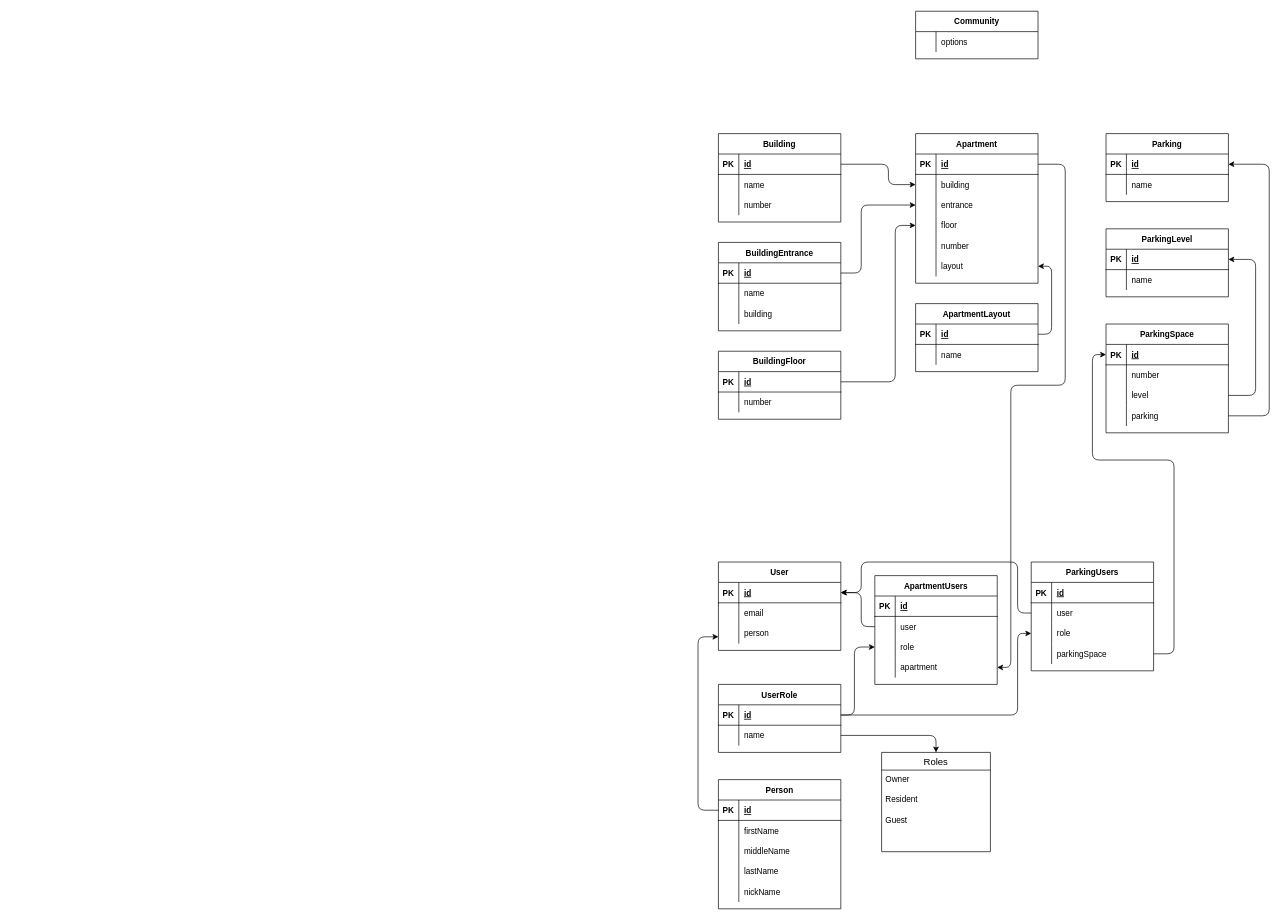
The draw.io diagram docs/model.drawio in sr2-community/api, before the edit. Source tidied: cells renumbered, new cells numbered last; positions are measured from the earlier drawing's top-left corner, leaving out a move shared by most shapes. Both pictures are drawn from the tidied source at 68%, with x=0, y=0 at pixel (698, 11).
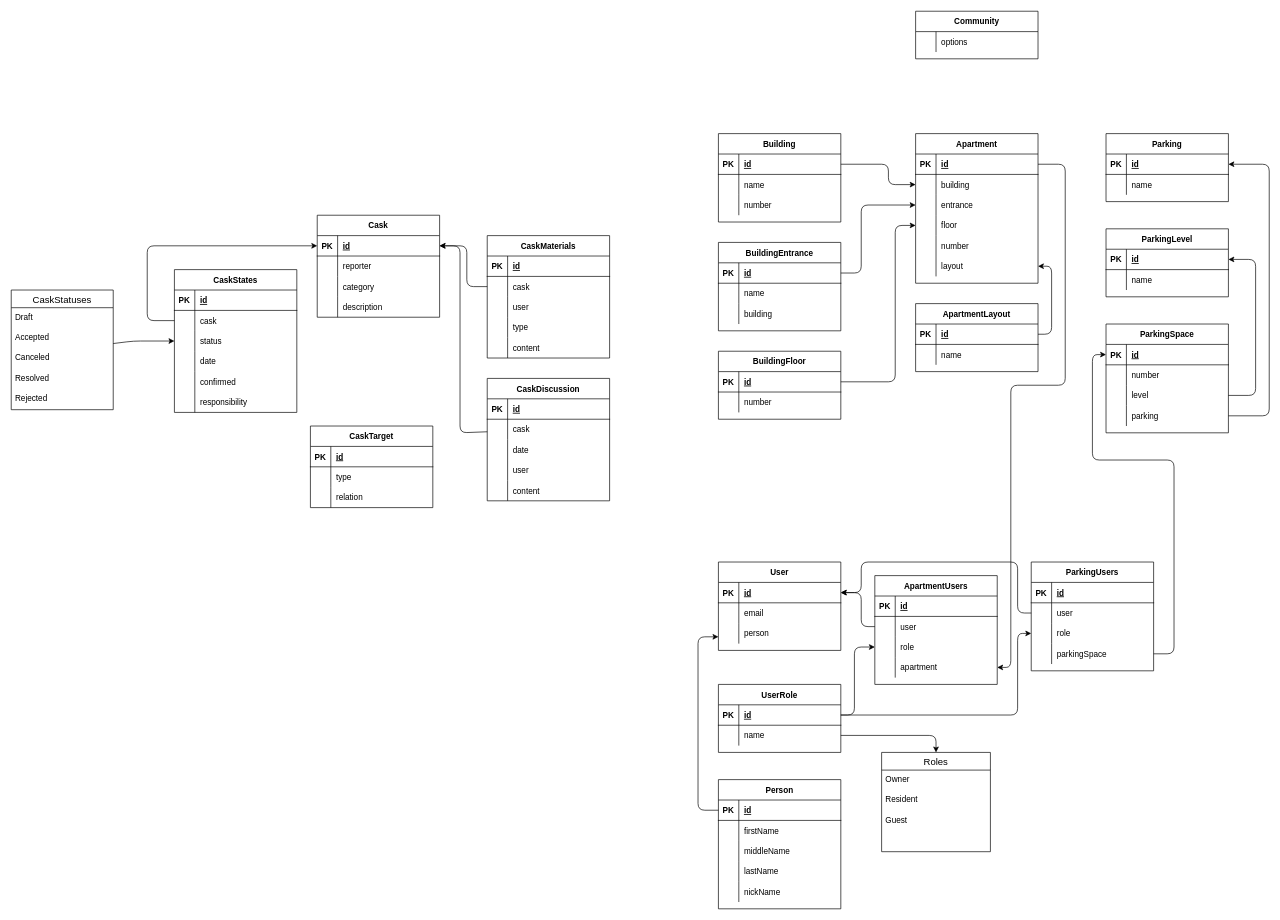
The same diagram, later.

What changed in the source:
```diff
@@
+    <mxCell id="164" value="Cask" style="shape=table;startSize=30;childLayout=tableLayout;rowLines=0;fontStyle=1;align=center;" parent="1" vertex="1">
+      <mxGeometry x="-560" y="300" width="180" height="150" as="geometry" />
+    </mxCell>
+    <mxCell id="165" style="shape=partialRectangle;fillColor=none;top=0;left=0;bottom=1;right=0;points=[[0,0.5],[1,0.5]];portConstraint=eastwest;" parent="164" vertex="1">
+      <mxGeometry y="30" width="180" height="30" as="geometry" />
+    </mxCell>
+    <mxCell id="166" value="PK" style="shape=partialRectangle;fillColor=none;top=0;left=0;bottom=0;right=0;fontStyle=1;overflow=hidden;" parent="165" vertex="1">
+      <mxGeometry width="30" height="30" as="geometry" />
+    </mxCell>
+    <mxCell id="167" value="id" style="shape=partialRectangle;fillColor=none;top=0;left=0;bottom=0;right=0;align=left;spacingLeft=6;fontStyle=5;overflow=hidden;" parent="165" vertex="1">
+      <mxGeometry x="30" width="150" height="30" as="geometry" />
+    </mxCell>
+    <mxCell id="168" style="shape=partialRectangle;fillColor=none;top=0;left=0;bottom=0;right=0;" parent="164" vertex="1">
+      <mxGeometry y="60" width="180" height="30" as="geometry" />
+    </mxCell>
+    <mxCell id="169" style="shape=partialRectangle;fillColor=none;top=0;left=0;bottom=0;right=0;overflow=hidden;" parent="168" vertex="1">
+      <mxGeometry width="30" height="30" as="geometry" />
+    </mxCell>
+    <mxCell id="170" value="reporter" style="shape=partialRectangle;fillColor=none;top=0;left=0;bottom=0;right=0;align=left;spacingLeft=6;overflow=hidden;" parent="168" vertex="1">
+      <mxGeometry x="30" width="150" height="30" as="geometry" />
+    </mxCell>
+    <mxCell id="171" style="shape=partialRectangle;fillColor=none;top=0;left=0;bottom=0;right=0;" parent="164" vertex="1">
+      <mxGeometry y="90" width="180" height="30" as="geometry" />
+    </mxCell>
+    <mxCell id="172" style="shape=partialRectangle;fillColor=none;top=0;left=0;bottom=0;right=0;overflow=hidden;" parent="171" vertex="1">
+      <mxGeometry width="30" height="30" as="geometry" />
+    </mxCell>
+    <mxCell id="173" value="category" style="shape=partialRectangle;fillColor=none;top=0;left=0;bottom=0;right=0;align=left;spacingLeft=6;overflow=hidden;" parent="171" vertex="1">
+      <mxGeometry x="30" width="150" height="30" as="geometry" />
+    </mxCell>
+    <mxCell id="174" style="shape=partialRectangle;fillColor=none;top=0;left=0;bottom=0;right=0;" parent="164" vertex="1">
+      <mxGeometry y="120" width="180" height="30" as="geometry" />
+    </mxCell>
+    <mxCell id="175" style="shape=partialRectangle;fillColor=none;top=0;left=0;bottom=0;right=0;overflow=hidden;" parent="174" vertex="1">
+      <mxGeometry width="30" height="30" as="geometry" />
+    </mxCell>
+    <mxCell id="176" value="description" style="shape=partialRectangle;fillColor=none;top=0;left=0;bottom=0;right=0;align=left;spacingLeft=6;overflow=hidden;" parent="174" vertex="1">
+      <mxGeometry x="30" width="150" height="30" as="geometry" />
+    </mxCell>
+    <mxCell id="177" value="CaskMaterials" style="shape=table;startSize=30;childLayout=tableLayout;rowLines=0;fontStyle=1;align=center;" parent="1" vertex="1">
+      <mxGeometry x="-310" y="330" width="180" height="180" as="geometry" />
+    </mxCell>
+    <mxCell id="178" style="shape=partialRectangle;fillColor=none;top=0;left=0;bottom=1;right=0;" parent="177" vertex="1">
+      <mxGeometry y="30" width="180" height="30" as="geometry" />
+    </mxCell>
+    <mxCell id="179" value="PK" style="shape=partialRectangle;fillColor=none;top=0;left=0;bottom=0;right=0;fontStyle=1;overflow=hidden;" parent="178" vertex="1">
+      <mxGeometry width="30" height="30" as="geometry" />
+    </mxCell>
+    <mxCell id="180" value="id" style="shape=partialRectangle;fillColor=none;top=0;left=0;bottom=0;right=0;align=left;spacingLeft=6;fontStyle=5;overflow=hidden;" parent="178" vertex="1">
+      <mxGeometry x="30" width="150" height="30" as="geometry" />
+    </mxCell>
+    <mxCell id="181" style="shape=partialRectangle;fillColor=none;top=0;left=0;bottom=0;right=0;points=[[0,0.5],[1,0.5]];portConstraint=eastwest;" parent="177" vertex="1">
+      <mxGeometry y="60" width="180" height="30" as="geometry" />
+    </mxCell>
+    <mxCell id="182" style="shape=partialRectangle;fillColor=none;top=0;left=0;bottom=0;right=0;overflow=hidden;" parent="181" vertex="1">
+      <mxGeometry width="30" height="30" as="geometry" />
+    </mxCell>
+    <mxCell id="183" value="cask" style="shape=partialRectangle;fillColor=none;top=0;left=0;bottom=0;right=0;align=left;spacingLeft=6;overflow=hidden;" parent="181" vertex="1">
+      <mxGeometry x="30" width="150" height="30" as="geometry" />
+    </mxCell>
+    <mxCell id="184" style="shape=partialRectangle;fillColor=none;top=0;left=0;bottom=0;right=0;" parent="177" vertex="1">
+      <mxGeometry y="90" width="180" height="30" as="geometry" />
+    </mxCell>
+    <mxCell id="185" style="shape=partialRectangle;fillColor=none;top=0;left=0;bottom=0;right=0;overflow=hidden;" parent="184" vertex="1">
+      <mxGeometry width="30" height="30" as="geometry" />
+    </mxCell>
+    <mxCell id="186" value="user" style="shape=partialRectangle;fillColor=none;top=0;left=0;bottom=0;right=0;align=left;spacingLeft=6;overflow=hidden;" parent="184" vertex="1">
+      <mxGeometry x="30" width="150" height="30" as="geometry" />
+    </mxCell>
+    <mxCell id="187" style="shape=partialRectangle;fillColor=none;top=0;left=0;bottom=0;right=0;" parent="177" vertex="1">
+      <mxGeometry y="120" width="180" height="30" as="geometry" />
+    </mxCell>
+    <mxCell id="188" style="shape=partialRectangle;fillColor=none;top=0;left=0;bottom=0;right=0;overflow=hidden;" parent="187" vertex="1">
+      <mxGeometry width="30" height="30" as="geometry" />
+    </mxCell>
+    <mxCell id="189" value="type" style="shape=partialRectangle;fillColor=none;top=0;left=0;bottom=0;right=0;align=left;spacingLeft=6;overflow=hidden;" parent="187" vertex="1">
+      <mxGeometry x="30" width="150" height="30" as="geometry" />
+    </mxCell>
+    <mxCell id="190" style="shape=partialRectangle;fillColor=none;top=0;left=0;bottom=0;right=0;" parent="177" vertex="1">
+      <mxGeometry y="150" width="180" height="30" as="geometry" />
+    </mxCell>
+    <mxCell id="191" style="shape=partialRectangle;fillColor=none;top=0;left=0;bottom=0;right=0;overflow=hidden;" parent="190" vertex="1">
+      <mxGeometry width="30" height="30" as="geometry" />
+    </mxCell>
+    <mxCell id="192" value="content" style="shape=partialRectangle;fillColor=none;top=0;left=0;bottom=0;right=0;align=left;spacingLeft=6;overflow=hidden;" parent="190" vertex="1">
+      <mxGeometry x="30" width="150" height="30" as="geometry" />
+    </mxCell>
+    <mxCell id="193" style="edgeStyle=none;html=1;entryX=1;entryY=0.5;entryDx=0;entryDy=0;exitX=0;exitY=0.5;exitDx=0;exitDy=0;" parent="1" edge="1" source="181" target="165">
+      <mxGeometry relative="1" as="geometry">
+        <Array as="points">
+          <mxPoint x="-340" y="405" />
+          <mxPoint x="-340" y="345" />
+        </Array>
+      </mxGeometry>
+    </mxCell>
+    <mxCell id="194" style="edgeStyle=none;html=1;entryX=0;entryY=0.5;entryDx=0;entryDy=0;" parent="1" edge="1" source="195" target="208">
+      <mxGeometry relative="1" as="geometry">
+        <Array as="points">
+          <mxPoint x="-830" y="485" />
+        </Array>
+      </mxGeometry>
+    </mxCell>
+    <mxCell id="195" value="CaskStatuses" style="swimlane;fontStyle=0;horizontal=1;startSize=26;align=center;fontSize=14;" parent="1" vertex="1">
+      <mxGeometry x="-1010" y="410" width="150" height="176" as="geometry" />
+    </mxCell>
+    <mxCell id="196" value="Draft" style="text;strokeColor=none;fillColor=none;spacingLeft=4;spacingRight=4;overflow=hidden;fontSize=12;" parent="195" vertex="1">
+      <mxGeometry y="26" width="150" height="30" as="geometry" />
+    </mxCell>
+    <mxCell id="197" value="Accepted" style="text;strokeColor=none;fillColor=none;spacingLeft=4;spacingRight=4;overflow=hidden;fontSize=12;" parent="195" vertex="1">
+      <mxGeometry y="56" width="150" height="30" as="geometry" />
+    </mxCell>
+    <mxCell id="198" value="Canceled" style="text;strokeColor=none;fillColor=none;spacingLeft=4;spacingRight=4;overflow=hidden;fontSize=12;" parent="195" vertex="1">
+      <mxGeometry y="86" width="150" height="30" as="geometry" />
+    </mxCell>
+    <mxCell id="199" value="Resolved" style="text;strokeColor=none;fillColor=none;spacingLeft=4;spacingRight=4;overflow=hidden;fontSize=12;" parent="195" vertex="1">
+      <mxGeometry y="116" width="150" height="30" as="geometry" />
+    </mxCell>
+    <mxCell id="200" value="Rejected" style="text;strokeColor=none;fillColor=none;spacingLeft=4;spacingRight=4;overflow=hidden;fontSize=12;" parent="195" vertex="1">
+      <mxGeometry y="146" width="150" height="30" as="geometry" />
+    </mxCell>
+    <mxCell id="201" value="CaskStates" style="shape=table;startSize=30;childLayout=tableLayout;rowLines=0;fontStyle=1;align=center;" parent="1" vertex="1">
+      <mxGeometry x="-770" y="380" width="180" height="210" as="geometry" />
+    </mxCell>
+    <mxCell id="202" style="shape=partialRectangle;fillColor=none;top=0;left=0;bottom=1;right=0;" parent="201" vertex="1">
+      <mxGeometry y="30" width="180" height="30" as="geometry" />
+    </mxCell>
+    <mxCell id="203" value="PK" style="shape=partialRectangle;fillColor=none;top=0;left=0;bottom=0;right=0;fontStyle=1;overflow=hidden;" parent="202" vertex="1">
+      <mxGeometry width="30" height="30" as="geometry" />
+    </mxCell>
+    <mxCell id="204" value="id" style="shape=partialRectangle;fillColor=none;top=0;left=0;bottom=0;right=0;align=left;spacingLeft=6;fontStyle=5;overflow=hidden;" parent="202" vertex="1">
+      <mxGeometry x="30" width="150" height="30" as="geometry" />
+    </mxCell>
+    <mxCell id="205" style="shape=partialRectangle;fillColor=none;top=0;left=0;bottom=0;right=0;points=[[0,0.5],[1,0.5]];portConstraint=eastwest;" parent="201" vertex="1">
+      <mxGeometry y="60" width="180" height="30" as="geometry" />
+    </mxCell>
+    <mxCell id="206" style="shape=partialRectangle;fillColor=none;top=0;left=0;bottom=0;right=0;overflow=hidden;" parent="205" vertex="1">
+      <mxGeometry width="30" height="30" as="geometry" />
+    </mxCell>
+    <mxCell id="207" value="cask" style="shape=partialRectangle;fillColor=none;top=0;left=0;bottom=0;right=0;align=left;spacingLeft=6;overflow=hidden;" parent="205" vertex="1">
+      <mxGeometry x="30" width="150" height="30" as="geometry" />
+    </mxCell>
+    <mxCell id="208" style="shape=partialRectangle;fillColor=none;top=0;left=0;bottom=0;right=0;points=[[0,0.5],[1,0.5]];portConstraint=eastwest;" parent="201" vertex="1">
+      <mxGeometry y="90" width="180" height="30" as="geometry" />
+    </mxCell>
+    <mxCell id="209" style="shape=partialRectangle;fillColor=none;top=0;left=0;bottom=0;right=0;overflow=hidden;" parent="208" vertex="1">
+      <mxGeometry width="30" height="30" as="geometry" />
+    </mxCell>
+    <mxCell id="210" value="status" style="shape=partialRectangle;fillColor=none;top=0;left=0;bottom=0;right=0;align=left;spacingLeft=6;overflow=hidden;" parent="208" vertex="1">
+      <mxGeometry x="30" width="150" height="30" as="geometry" />
+    </mxCell>
+    <mxCell id="211" style="shape=partialRectangle;fillColor=none;top=0;left=0;bottom=0;right=0;" parent="201" vertex="1">
+      <mxGeometry y="120" width="180" height="30" as="geometry" />
+    </mxCell>
+    <mxCell id="212" style="shape=partialRectangle;fillColor=none;top=0;left=0;bottom=0;right=0;overflow=hidden;" parent="211" vertex="1">
+      <mxGeometry width="30" height="30" as="geometry" />
+    </mxCell>
+    <mxCell id="213" value="date" style="shape=partialRectangle;fillColor=none;top=0;left=0;bottom=0;right=0;align=left;spacingLeft=6;overflow=hidden;" parent="211" vertex="1">
+      <mxGeometry x="30" width="150" height="30" as="geometry" />
+    </mxCell>
+    <mxCell id="214" style="shape=partialRectangle;fillColor=none;top=0;left=0;bottom=0;right=0;" parent="201" vertex="1">
+      <mxGeometry y="150" width="180" height="30" as="geometry" />
+    </mxCell>
+    <mxCell id="215" style="shape=partialRectangle;fillColor=none;top=0;left=0;bottom=0;right=0;overflow=hidden;" parent="214" vertex="1">
+      <mxGeometry width="30" height="30" as="geometry" />
+    </mxCell>
+    <mxCell id="216" value="confirmed" style="shape=partialRectangle;fillColor=none;top=0;left=0;bottom=0;right=0;align=left;spacingLeft=6;overflow=hidden;" parent="214" vertex="1">
+      <mxGeometry x="30" width="150" height="30" as="geometry" />
+    </mxCell>
+    <mxCell id="217" style="shape=partialRectangle;fillColor=none;top=0;left=0;bottom=0;right=0;" parent="201" vertex="1">
+      <mxGeometry y="180" width="180" height="30" as="geometry" />
+    </mxCell>
+    <mxCell id="218" style="shape=partialRectangle;fillColor=none;top=0;left=0;bottom=0;right=0;overflow=hidden;" parent="217" vertex="1">
+      <mxGeometry width="30" height="30" as="geometry" />
+    </mxCell>
+    <mxCell id="219" value="responsibility" style="shape=partialRectangle;fillColor=none;top=0;left=0;bottom=0;right=0;align=left;spacingLeft=6;overflow=hidden;" parent="217" vertex="1">
+      <mxGeometry x="30" width="150" height="30" as="geometry" />
+    </mxCell>
+    <mxCell id="220" style="edgeStyle=none;html=1;entryX=0;entryY=0.5;entryDx=0;entryDy=0;" parent="1" edge="1" source="205" target="165">
+      <mxGeometry relative="1" as="geometry">
+        <Array as="points">
+          <mxPoint x="-810" y="455" />
+          <mxPoint x="-810" y="345" />
+        </Array>
+      </mxGeometry>
+    </mxCell>
+    <mxCell id="221" value="CaskDiscussion" style="shape=table;startSize=30;childLayout=tableLayout;rowLines=0;fontStyle=1;align=center;" parent="1" vertex="1">
+      <mxGeometry x="-310" y="540" width="180" height="180" as="geometry" />
+    </mxCell>
+    <mxCell id="222" style="shape=partialRectangle;fillColor=none;top=0;left=0;bottom=1;right=0;" parent="221" vertex="1">
+      <mxGeometry y="30" width="180" height="30" as="geometry" />
+    </mxCell>
+    <mxCell id="223" value="PK" style="shape=partialRectangle;fillColor=none;top=0;left=0;bottom=0;right=0;fontStyle=1;overflow=hidden;" parent="222" vertex="1">
+      <mxGeometry width="30" height="30" as="geometry" />
+    </mxCell>
+    <mxCell id="224" value="id" style="shape=partialRectangle;fillColor=none;top=0;left=0;bottom=0;right=0;align=left;spacingLeft=6;fontStyle=5;overflow=hidden;" parent="222" vertex="1">
+      <mxGeometry x="30" width="150" height="30" as="geometry" />
+    </mxCell>
+    <mxCell id="225" style="shape=partialRectangle;fillColor=none;top=0;left=0;bottom=0;right=0;points=[[0,0.5],[1,0.5]];portConstraint=eastwest;" parent="221" vertex="1">
+      <mxGeometry y="60" width="180" height="30" as="geometry" />
+    </mxCell>
+    <mxCell id="226" style="shape=partialRectangle;fillColor=none;top=0;left=0;bottom=0;right=0;overflow=hidden;" parent="225" vertex="1">
+      <mxGeometry width="30" height="30" as="geometry" />
+    </mxCell>
+    <mxCell id="227" value="cask" style="shape=partialRectangle;fillColor=none;top=0;left=0;bottom=0;right=0;align=left;spacingLeft=6;overflow=hidden;" parent="225" vertex="1">
+      <mxGeometry x="30" width="150" height="30" as="geometry" />
+    </mxCell>
+    <mxCell id="228" style="shape=partialRectangle;fillColor=none;top=0;left=0;bottom=0;right=0;" parent="221" vertex="1">
+      <mxGeometry y="90" width="180" height="30" as="geometry" />
+    </mxCell>
+    <mxCell id="229" style="shape=partialRectangle;fillColor=none;top=0;left=0;bottom=0;right=0;overflow=hidden;" parent="228" vertex="1">
+      <mxGeometry width="30" height="30" as="geometry" />
+    </mxCell>
+    <mxCell id="230" value="date" style="shape=partialRectangle;fillColor=none;top=0;left=0;bottom=0;right=0;align=left;spacingLeft=6;overflow=hidden;" parent="228" vertex="1">
+      <mxGeometry x="30" width="150" height="30" as="geometry" />
+    </mxCell>
+    <mxCell id="231" style="shape=partialRectangle;fillColor=none;top=0;left=0;bottom=0;right=0;" parent="221" vertex="1">
+      <mxGeometry y="120" width="180" height="30" as="geometry" />
+    </mxCell>
+    <mxCell id="232" style="shape=partialRectangle;fillColor=none;top=0;left=0;bottom=0;right=0;overflow=hidden;" parent="231" vertex="1">
+      <mxGeometry width="30" height="30" as="geometry" />
+    </mxCell>
+    <mxCell id="233" value="user" style="shape=partialRectangle;fillColor=none;top=0;left=0;bottom=0;right=0;align=left;spacingLeft=6;overflow=hidden;" parent="231" vertex="1">
+      <mxGeometry x="30" width="150" height="30" as="geometry" />
+    </mxCell>
+    <mxCell id="234" style="shape=partialRectangle;fillColor=none;top=0;left=0;bottom=0;right=0;" parent="221" vertex="1">
+      <mxGeometry y="150" width="180" height="30" as="geometry" />
+    </mxCell>
+    <mxCell id="235" style="shape=partialRectangle;fillColor=none;top=0;left=0;bottom=0;right=0;overflow=hidden;" parent="234" vertex="1">
+      <mxGeometry width="30" height="30" as="geometry" />
+    </mxCell>
+    <mxCell id="236" value="content" style="shape=partialRectangle;fillColor=none;top=0;left=0;bottom=0;right=0;align=left;spacingLeft=6;overflow=hidden;" parent="234" vertex="1">
+      <mxGeometry x="30" width="150" height="30" as="geometry" />
+    </mxCell>
+    <mxCell id="237" style="edgeStyle=none;html=1;entryX=1;entryY=0.5;entryDx=0;entryDy=0;" parent="1" edge="1" source="225" target="165">
+      <mxGeometry relative="1" as="geometry">
+        <Array as="points">
+          <mxPoint x="-350" y="620" />
+          <mxPoint x="-350" y="345" />
+        </Array>
+      </mxGeometry>
+    </mxCell>
+    <mxCell id="238" value="CaskTarget" style="shape=table;startSize=30;childLayout=tableLayout;rowLines=0;fontStyle=1;align=center;" parent="1" vertex="1">
+      <mxGeometry x="-570" y="610" width="180" height="120" as="geometry" />
+    </mxCell>
+    <mxCell id="239" style="shape=partialRectangle;fillColor=none;top=0;left=0;bottom=1;right=0;" parent="238" vertex="1">
+      <mxGeometry y="30" width="180" height="30" as="geometry" />
+    </mxCell>
+    <mxCell id="240" value="PK" style="shape=partialRectangle;fillColor=none;top=0;left=0;bottom=0;right=0;fontStyle=1;overflow=hidden;" parent="239" vertex="1">
+      <mxGeometry width="30" height="30" as="geometry" />
+    </mxCell>
+    <mxCell id="241" value="id" style="shape=partialRectangle;fillColor=none;top=0;left=0;bottom=0;right=0;align=left;spacingLeft=6;fontStyle=5;overflow=hidden;" parent="239" vertex="1">
+      <mxGeometry x="30" width="150" height="30" as="geometry" />
+    </mxCell>
+    <mxCell id="242" style="shape=partialRectangle;fillColor=none;top=0;left=0;bottom=0;right=0;" parent="238" vertex="1">
+      <mxGeometry y="60" width="180" height="30" as="geometry" />
+    </mxCell>
+    <mxCell id="243" style="shape=partialRectangle;fillColor=none;top=0;left=0;bottom=0;right=0;overflow=hidden;" parent="242" vertex="1">
+      <mxGeometry width="30" height="30" as="geometry" />
+    </mxCell>
+    <mxCell id="244" value="type" style="shape=partialRectangle;fillColor=none;top=0;left=0;bottom=0;right=0;align=left;spacingLeft=6;overflow=hidden;" parent="242" vertex="1">
+      <mxGeometry x="30" width="150" height="30" as="geometry" />
+    </mxCell>
+    <mxCell id="245" style="shape=partialRectangle;fillColor=none;top=0;left=0;bottom=0;right=0;" parent="238" vertex="1">
+      <mxGeometry y="90" width="180" height="30" as="geometry" />
+    </mxCell>
+    <mxCell id="246" style="shape=partialRectangle;fillColor=none;top=0;left=0;bottom=0;right=0;overflow=hidden;" parent="245" vertex="1">
+      <mxGeometry width="30" height="30" as="geometry" />
+    </mxCell>
+    <mxCell id="247" value="relation" style="shape=partialRectangle;fillColor=none;top=0;left=0;bottom=0;right=0;align=left;spacingLeft=6;overflow=hidden;" parent="245" vertex="1">
+      <mxGeometry x="30" width="150" height="30" as="geometry" />
+    </mxCell>
```
